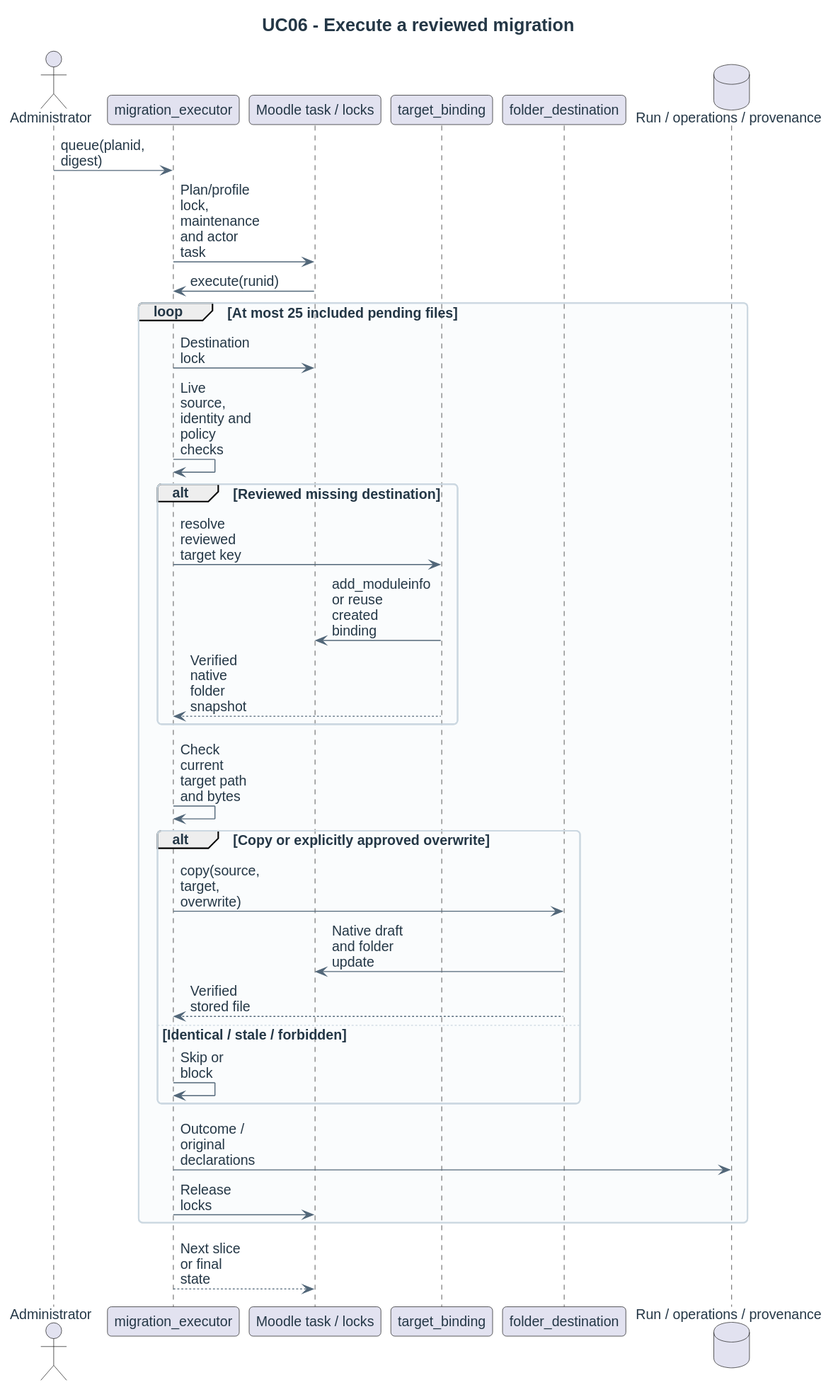
Before: docs/diagrams/design/sequences/uc06-execute-migration.svg, a diagram exported from PlantUML (didactika/moodle-local_coursefiles).
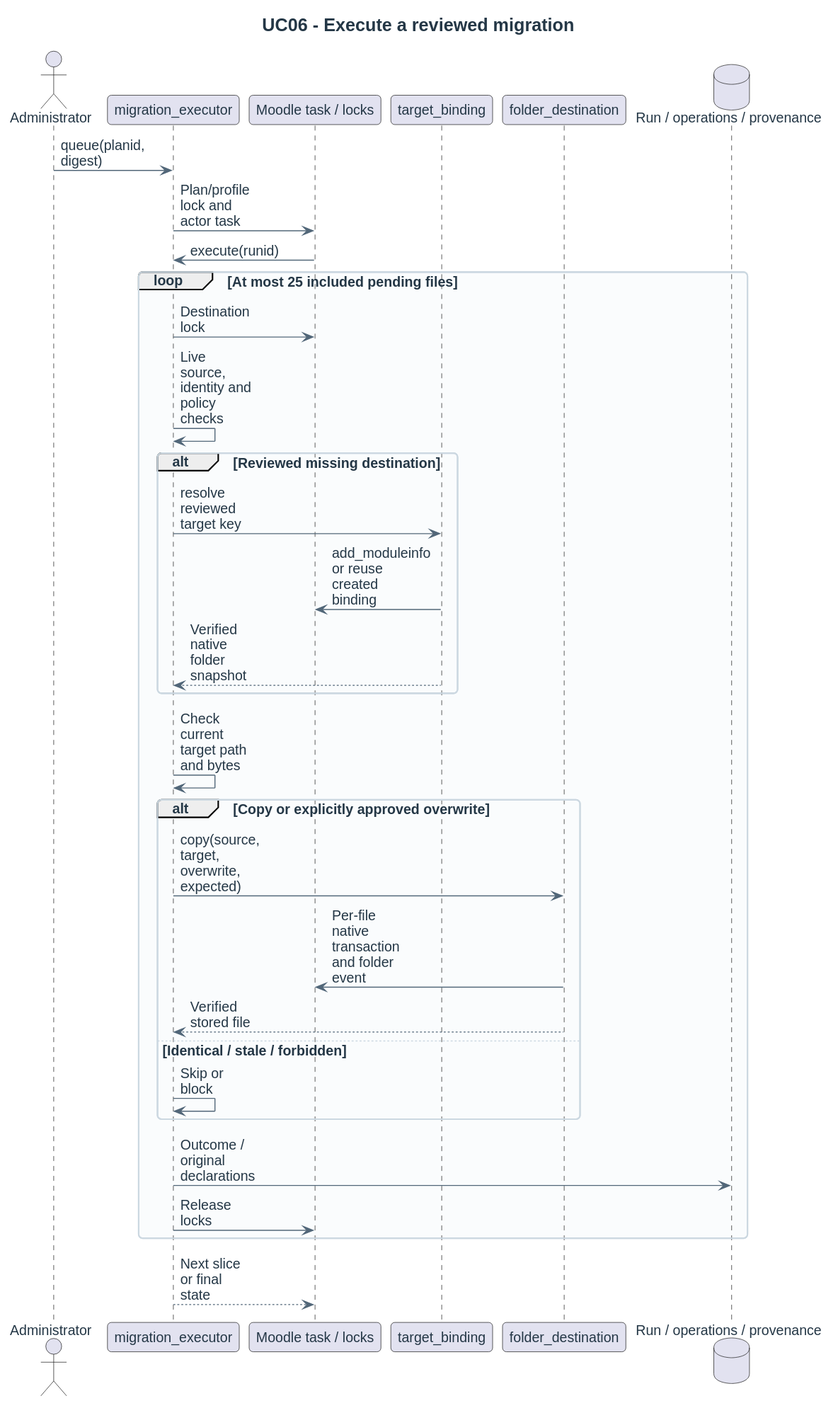
After the commit.

The edit, as a diff of the source:
```diff
@@ -8,7 +8,7 @@
 participant folder_destination as Folder
 database "Run / operations / provenance" as DB
 Administrator -> Executor : queue(planid, digest)
-Executor -> Core : Plan/profile lock, maintenance and actor task
+Executor -> Core : Plan/profile lock and actor task
 Core -> Executor : execute(runid)
 loop At most 25 included pending files
   Executor -> Core : Destination lock
@@ -20,8 +20,8 @@
   end
   Executor -> Executor : Check current target path and bytes
   alt Copy or explicitly approved overwrite
-    Executor -> Folder : copy(source, target, overwrite)
-    Folder -> Core : Native draft and folder update
+    Executor -> Folder : copy(source, target, overwrite, expected)
+    Folder -> Core : Per-file native transaction and folder event
     Folder --> Executor : Verified stored file
   else Identical / stale / forbidden
     Executor -> Executor : Skip or block
```
